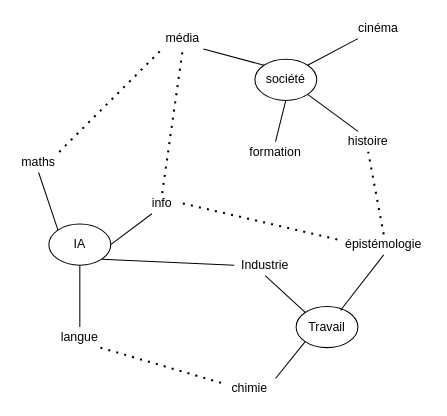
Before: olkifut.drawio in cerisara/draws, a draw.io diagram. Source tidied: cells renumbered, new cells numbered last; positions are measured from the earlier drawing's top-left corner, leaving out a move shared by most shapes. Both pictures are drawn from the tidied source at 103%, with x=0, y=0 at pixel (18, 18).
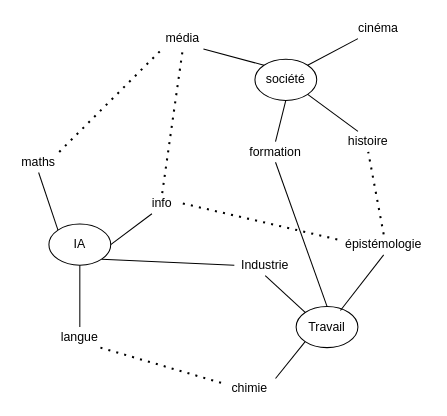
The same page after the edit.

The change refers to these unchanged cells:
```xml
<mxCell id="4" value="Travail" style="ellipse;whiteSpace=wrap;html=1;" parent="1" vertex="1">
  <mxGeometry x="270" y="280" width="60" height="40" as="geometry" />
</mxCell>
<mxCell id="12" value="formation" style="text;html=1;strokeColor=none;fillColor=none;align=center;verticalAlign=middle;whiteSpace=wrap;rounded=0;" parent="1" vertex="1">
  <mxGeometry x="230" y="120" width="40" height="20" as="geometry" />
</mxCell>
```

Diff of the diagram source:
```diff
@@
+    <mxCell id="31" style="endArrow=none;html=1;entryX=0.5;entryY=1;entryDx=0;entryDy=0;exitX=0.5;exitY=0;exitDx=0;exitDy=0;" parent="1" edge="1" source="4" target="12">
+      <mxGeometry relative="1" as="geometry" />
+    </mxCell>
```
